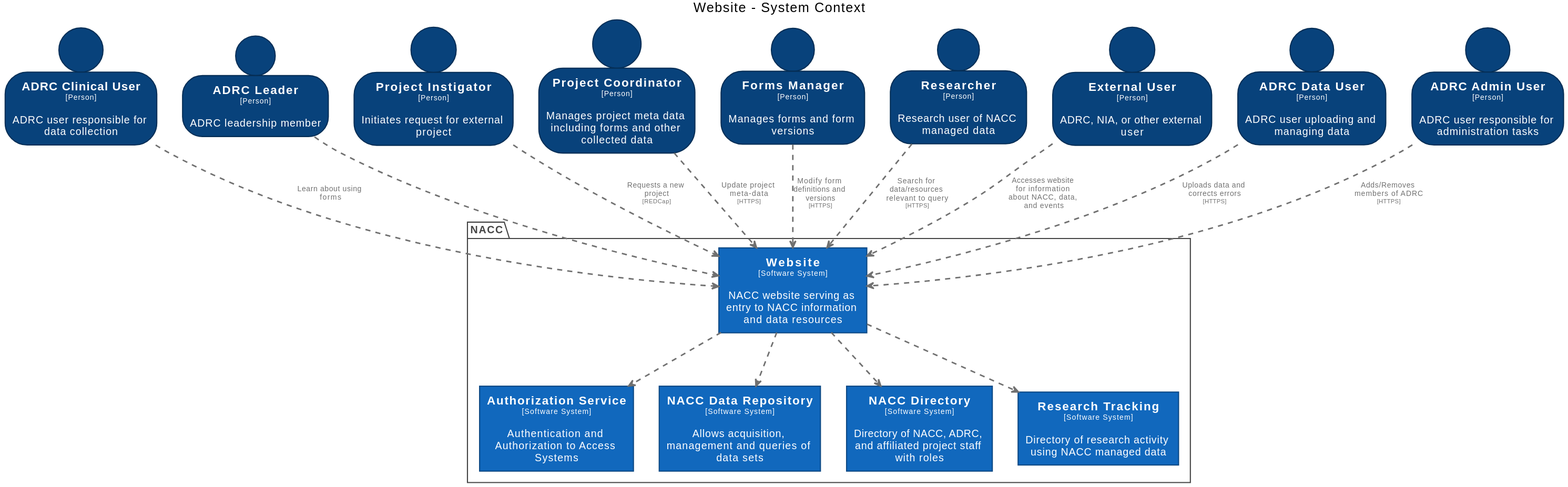
Above: docs/images/structurizr-WebsiteContext.svg in naccdata/system-design (PlantUML), before the change.
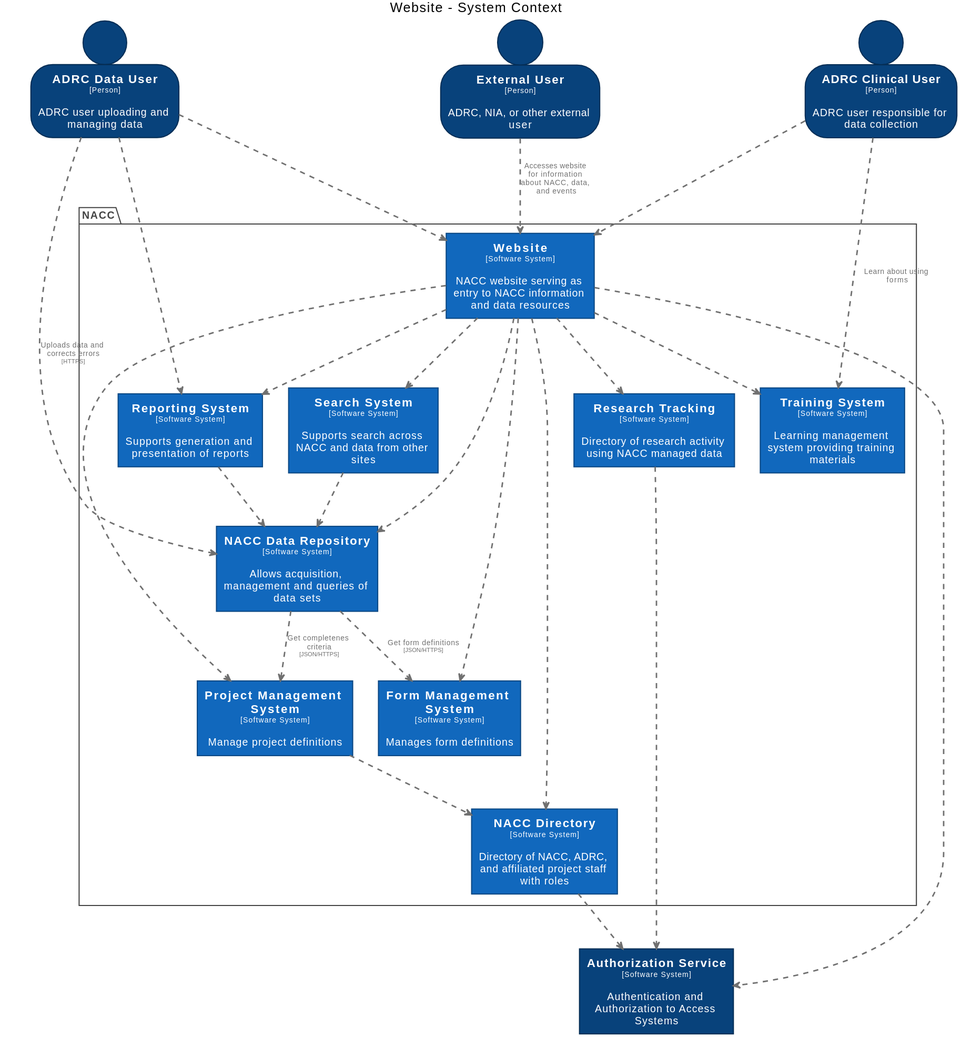
After the commit.

Change to the diagram source:
```diff
@@ -13,11 +13,6 @@
 
 hide stereotype
 
-skinparam person<<ADRCAdminUser>> {
-  BackgroundColor #08427b
-  FontColor #ffffff
-  BorderColor #052e56
-}
 skinparam person<<ADRCClinicalUser>> {
   BackgroundColor #08427b
   FontColor #ffffff
@@ -28,25 +23,20 @@
   FontColor #ffffff
   BorderColor #052e56
 }
-skinparam person<<ADRCLeader>> {
+skinparam rectangle<<AuthorizationService>> {
   BackgroundColor #08427b
   FontColor #ffffff
   BorderColor #052e56
-}
-skinparam rectangle<<AuthorizationService>> {
-  BackgroundColor #1168bd
-  FontColor #ffffff
-  BorderColor #0b4884
 }
 skinparam person<<ExternalUser>> {
   BackgroundColor #08427b
   FontColor #ffffff
   BorderColor #052e56
 }
-skinparam person<<FormsManager>> {
-  BackgroundColor #08427b
+skinparam rectangle<<FormManagementSystem>> {
+  BackgroundColor #1168bd
   FontColor #ffffff
-  BorderColor #052e56
+  BorderColor #0b4884
 }
 skinparam rectangle<<NACCDataRepository>> {
   BackgroundColor #1168bd
@@ -58,25 +48,30 @@
   FontColor #ffffff
   BorderColor #0b4884
 }
-skinparam person<<ProjectCoordinator>> {
-  BackgroundColor #08427b
+skinparam rectangle<<ProjectManagementSystem>> {
+  BackgroundColor #1168bd
   FontColor #ffffff
-  BorderColor #052e56
+  BorderColor #0b4884
 }
-skinparam person<<ProjectInstigator>> {
-  BackgroundColor #08427b
+skinparam rectangle<<ReportingSystem>> {
+  BackgroundColor #1168bd
   FontColor #ffffff
-  BorderColor #052e56
+  BorderColor #0b4884
 }
 skinparam rectangle<<ResearchTracking>> {
   BackgroundColor #1168bd
   FontColor #ffffff
   BorderColor #0b4884
 }
-skinparam person<<Researcher>> {
-  BackgroundColor #08427b
+skinparam rectangle<<SearchSystem>> {
+  BackgroundColor #1168bd
   FontColor #ffffff
-  BorderColor #052e56
+  BorderColor #0b4884
+}
+skinparam rectangle<<TrainingSystem>> {
+  BackgroundColor #1168bd
+  FontColor #ffffff
+  BorderColor #0b4884
 }
 skinparam rectangle<<Website>> {
   BackgroundColor #1168bd
@@ -88,34 +83,42 @@
   skinparam PackageBorderColor<<enterprise>> #444444
   skinparam PackageFontColor<<enterprise>> #444444
 
-  rectangle "==Authorization Service\n<size:10>[Software System]</size>\n\nAuthentication and Authorization to Access Systems" <<AuthorizationService>> as AuthorizationService
+  rectangle "==Project Management System\n<size:10>[Software System]</size>\n\nManage project definitions" <<ProjectManagementSystem>> as ProjectManagementSystem
   rectangle "==NACC Data Repository\n<size:10>[Software System]</size>\n\nAllows acquisition, management and queries of data sets" <<NACCDataRepository>> as NACCDataRepository
   rectangle "==NACC Directory\n<size:10>[Software System]</size>\n\nDirectory of NACC, ADRC, and affiliated project staff with roles" <<NACCDirectory>> as NACCDirectory
+  rectangle "==Search System\n<size:10>[Software System]</size>\n\nSupports search across NACC and data from other sites" <<SearchSystem>> as SearchSystem
+  rectangle "==Form Management System\n<size:10>[Software System]</size>\n\nManages form definitions" <<FormManagementSystem>> as FormManagementSystem
+  rectangle "==Reporting System\n<size:10>[Software System]</size>\n\nSupports generation and presentation of reports" <<ReportingSystem>> as ReportingSystem
   rectangle "==Research Tracking\n<size:10>[Software System]</size>\n\nDirectory of research activity using NACC managed data" <<ResearchTracking>> as ResearchTracking
+  rectangle "==Training System\n<size:10>[Software System]</size>\n\nLearning management system providing training materials" <<TrainingSystem>> as TrainingSystem
   rectangle "==Website\n<size:10>[Software System]</size>\n\nNACC website serving as entry to NACC information and data resources" <<Website>> as Website
 }
 
-person "==ADRC Clinical User\n<size:10>[Person]</size>\n\nADRC user responsible for data collection" <<ADRCClinicalUser>> as ADRCClinicalUser
-person "==ADRC Leader\n<size:10>[Person]</size>\n\nADRC leadership member" <<ADRCLeader>> as ADRCLeader
-person "==Project Instigator\n<size:10>[Person]</size>\n\nInitiates request for external project" <<ProjectInstigator>> as ProjectInstigator
-person "==Project Coordinator\n<size:10>[Person]</size>\n\nManages project meta data including forms and other collected data" <<ProjectCoordinator>> as ProjectCoordinator
-person "==Forms Manager\n<size:10>[Person]</size>\n\nManages forms and form versions" <<FormsManager>> as FormsManager
-person "==Researcher\n<size:10>[Person]</size>\n\nResearch user of NACC managed data" <<Researcher>> as Researcher
+rectangle "==Authorization Service\n<size:10>[Software System]</size>\n\nAuthentication and Authorization to Access Systems" <<AuthorizationService>> as AuthorizationService
 person "==External User\n<size:10>[Person]</size>\n\nADRC, NIA, or other external user" <<ExternalUser>> as ExternalUser
 person "==ADRC Data User\n<size:10>[Person]</size>\n\nADRC user uploading and managing data" <<ADRCDataUser>> as ADRCDataUser
-person "==ADRC Admin User\n<size:10>[Person]</size>\n\nADRC user responsible for administration tasks" <<ADRCAdminUser>> as ADRCAdminUser
+person "==ADRC Clinical User\n<size:10>[Person]</size>\n\nADRC user responsible for data collection" <<ADRCClinicalUser>> as ADRCClinicalUser
 
-ADRCClinicalUser .[#707070,thickness=2].> Website : "<color:#707070>Learn about using forms"
-ADRCLeader .[#707070,thickness=2].> Website : "<color:#707070>"
-ProjectInstigator .[#707070,thickness=2].> Website : "<color:#707070>Requests a new project\n<color:#707070><size:8>[REDCap]</size>"
-ProjectCoordinator .[#707070,thickness=2].> Website : "<color:#707070>Update project meta-data\n<color:#707070><size:8>[HTTPS]</size>"
-FormsManager .[#707070,thickness=2].> Website : "<color:#707070>Modify form definitions and versions\n<color:#707070><size:8>[HTTPS]</size>"
-Researcher .[#707070,thickness=2].> Website : "<color:#707070>Search for data/resources relevant to query\n<color:#707070><size:8>[HTTPS]</size>"
+Website .[#707070,thickness=2].> ResearchTracking : "<color:#707070>"
+Website .[#707070,thickness=2].> ReportingSystem : "<color:#707070>"
+Website .[#707070,thickness=2].> SearchSystem : "<color:#707070>"
+Website .[#707070,thickness=2].> NACCDataRepository : "<color:#707070>"
+Website .[#707070,thickness=2].> ProjectManagementSystem : "<color:#707070>"
+Website .[#707070,thickness=2].> FormManagementSystem : "<color:#707070>"
+Website .[#707070,thickness=2].> NACCDirectory : "<color:#707070>"
+ExternalUser .[#707070,thickness=2].> Website : "<color:#707070>Accesses website for information about NACC, data, and events"
+ADRCDataUser .[#707070,thickness=2].> NACCDataRepository : "<color:#707070>Uploads data and corrects errors\n<color:#707070><size:8>[HTTPS]</size>"
+ADRCDataUser .[#707070,thickness=2].> Website : "<color:#707070>"
+ADRCDataUser .[#707070,thickness=2].> ReportingSystem : "<color:#707070>"
+ProjectManagementSystem .[#707070,thickness=2].> NACCDirectory : "<color:#707070>"
+ADRCClinicalUser .[#707070,thickness=2].> TrainingSystem : "<color:#707070>Learn about using forms"
+ADRCClinicalUser .[#707070,thickness=2].> Website : "<color:#707070>"
+NACCDataRepository .[#707070,thickness=2].> FormManagementSystem : "<color:#707070>Get form definitions\n<color:#707070><size:8>[JSON/HTTPS]</size>"
+NACCDataRepository .[#707070,thickness=2].> ProjectManagementSystem : "<color:#707070>Get completenes criteria\n<color:#707070><size:8>[JSON/HTTPS]</size>"
+NACCDirectory .[#707070,thickness=2].> AuthorizationService : "<color:#707070>"
+SearchSystem .[#707070,thickness=2].> NACCDataRepository : "<color:#707070>"
+ReportingSystem .[#707070,thickness=2].> NACCDataRepository : "<color:#707070>"
+ResearchTracking .[#707070,thickness=2].> AuthorizationService : "<color:#707070>"
 Website .[#707070,thickness=2].> AuthorizationService : "<color:#707070>"
-Website .[#707070,thickness=2].> NACCDirectory : "<color:#707070>"
-Website .[#707070,thickness=2].> NACCDataRepository : "<color:#707070>"
-Website .[#707070,thickness=2].> ResearchTracking : "<color:#707070>"
-ExternalUser .[#707070,thickness=2].> Website : "<color:#707070>Accesses website for information about NACC, data, and events"
-ADRCDataUser .[#707070,thickness=2].> Website : "<color:#707070>Uploads data and corrects errors\n<color:#707070><size:8>[HTTPS]</size>"
-ADRCAdminUser .[#707070,thickness=2].> Website : "<color:#707070>Adds/Removes members of ADRC\n<color:#707070><size:8>[HTTPS]</size>"
+Website .[#707070,thickness=2].> TrainingSystem : "<color:#707070>"
 @enduml
```
